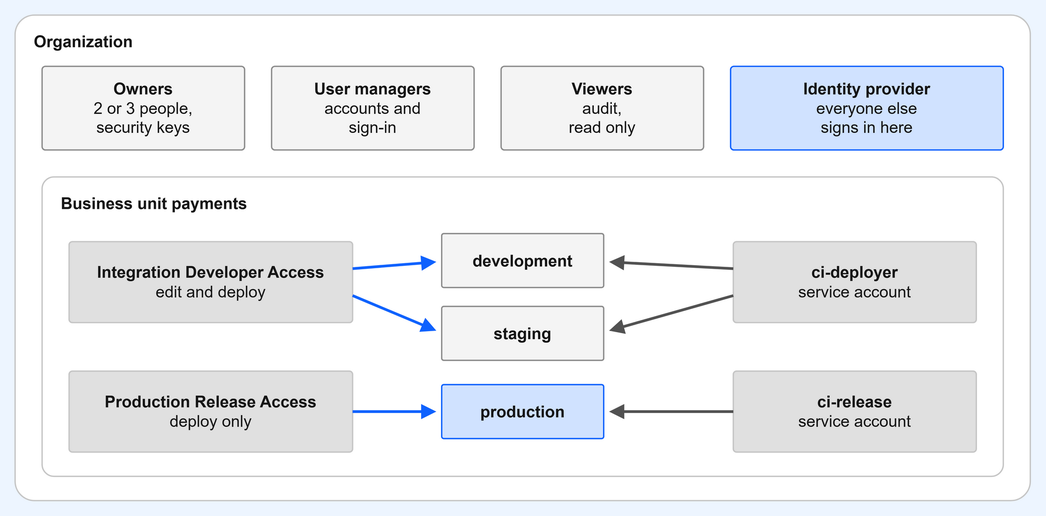
cml-x/docs keeps this draw.io diagram as static/img/access/reference-organization.drawio.png. Above is the earlier version. Source tidied: cells renumbered, new cells last; positions are measured from the earlier drawing's top-left corner, leaving out a move shared by most shapes. Source of this version:
```xml
<mxGraphModel background="#EDF5FF">
  <root>
    <mxCell id="0" />
    <mxCell id="1" parent="0" />
    <mxCell id="2" value="Organization" style="rounded=1;arcSize=4;whiteSpace=wrap;html=1;fillColor=#FFFFFF;strokeColor=#C6C6C6;fontColor=#161616;fontSize=12;verticalAlign=top;align=left;spacingLeft=12;spacingTop=6;fontStyle=1;" parent="1" vertex="1">
      <mxGeometry width="752" height="360" as="geometry" />
    </mxCell>
    <mxCell id="3" value="&lt;b&gt;Owners&lt;/b&gt;&lt;br&gt;2 or 3 people,&lt;br&gt;security keys" style="rounded=1;arcSize=4;whiteSpace=wrap;html=1;fillColor=#F4F4F4;strokeColor=#8D8D8D;fontColor=#161616;fontSize=12;" parent="1" vertex="1">
      <mxGeometry x="20" y="38" width="150" height="62" as="geometry" />
    </mxCell>
    <mxCell id="4" value="&lt;b&gt;User managers&lt;/b&gt;&lt;br&gt;accounts and&lt;br&gt;sign-in" style="rounded=1;arcSize=4;whiteSpace=wrap;html=1;fillColor=#F4F4F4;strokeColor=#8D8D8D;fontColor=#161616;fontSize=12;" parent="1" vertex="1">
      <mxGeometry x="190" y="38" width="150" height="62" as="geometry" />
    </mxCell>
    <mxCell id="5" value="&lt;b&gt;Viewers&lt;/b&gt;&lt;br&gt;audit,&lt;br&gt;read only" style="rounded=1;arcSize=4;whiteSpace=wrap;html=1;fillColor=#F4F4F4;strokeColor=#8D8D8D;fontColor=#161616;fontSize=12;" parent="1" vertex="1">
      <mxGeometry x="360" y="38" width="150" height="62" as="geometry" />
    </mxCell>
    <mxCell id="6" value="&lt;b&gt;Identity provider&lt;/b&gt;&lt;br&gt;everyone else&lt;br&gt;signs in here" style="rounded=1;arcSize=4;whiteSpace=wrap;html=1;fillColor=#D0E2FF;strokeColor=#0F62FE;fontColor=#161616;fontSize=12;" parent="1" vertex="1">
      <mxGeometry x="530" y="38" width="202" height="62" as="geometry" />
    </mxCell>
    <mxCell id="7" value="Business unit payments" style="rounded=1;arcSize=4;whiteSpace=wrap;html=1;fillColor=#FFFFFF;strokeColor=#C6C6C6;fontColor=#161616;fontSize=12;verticalAlign=top;align=left;spacingLeft=12;spacingTop=6;fontStyle=1;" parent="1" vertex="1">
      <mxGeometry x="20" y="120" width="712" height="222" as="geometry" />
    </mxCell>
    <mxCell id="8" value="&lt;b&gt;Integration Developer Access&lt;/b&gt;&lt;br&gt;edit and deploy" style="rounded=1;arcSize=4;whiteSpace=wrap;html=1;fillColor=#E0E0E0;strokeColor=#C6C6C6;fontColor=#161616;fontSize=12;" parent="1" vertex="1">
      <mxGeometry x="40" y="168" width="210" height="60" as="geometry" />
    </mxCell>
    <mxCell id="9" value="&lt;b&gt;Production Release Access&lt;/b&gt;&lt;br&gt;deploy only" style="rounded=1;arcSize=4;whiteSpace=wrap;html=1;fillColor=#E0E0E0;strokeColor=#C6C6C6;fontColor=#161616;fontSize=12;" parent="1" vertex="1">
      <mxGeometry x="40" y="264" width="210" height="60" as="geometry" />
    </mxCell>
    <mxCell id="10" value="&lt;b&gt;development&lt;/b&gt;" style="rounded=1;arcSize=4;whiteSpace=wrap;html=1;fillColor=#F4F4F4;strokeColor=#8D8D8D;fontColor=#161616;fontSize=12;" parent="1" vertex="1">
      <mxGeometry x="316" y="162" width="120" height="40" as="geometry" />
    </mxCell>
    <mxCell id="11" value="&lt;b&gt;staging&lt;/b&gt;" style="rounded=1;arcSize=4;whiteSpace=wrap;html=1;fillColor=#F4F4F4;strokeColor=#8D8D8D;fontColor=#161616;fontSize=12;" parent="1" vertex="1">
      <mxGeometry x="316" y="216" width="120" height="40" as="geometry" />
    </mxCell>
    <mxCell id="12" value="&lt;b&gt;production&lt;/b&gt;" style="rounded=1;arcSize=4;whiteSpace=wrap;html=1;fillColor=#D0E2FF;strokeColor=#0F62FE;fontColor=#161616;fontSize=12;" parent="1" vertex="1">
      <mxGeometry x="316" y="274" width="120" height="40" as="geometry" />
    </mxCell>
    <mxCell id="13" value="&lt;b&gt;ci-deployer&lt;/b&gt;&lt;br&gt;service account" style="rounded=1;arcSize=4;whiteSpace=wrap;html=1;fillColor=#E0E0E0;strokeColor=#C6C6C6;fontColor=#161616;fontSize=12;" parent="1" vertex="1">
      <mxGeometry x="532" y="168" width="180" height="60" as="geometry" />
    </mxCell>
    <mxCell id="14" value="&lt;b&gt;ci-release&lt;/b&gt;&lt;br&gt;service account" style="rounded=1;arcSize=4;whiteSpace=wrap;html=1;fillColor=#E0E0E0;strokeColor=#C6C6C6;fontColor=#161616;fontSize=12;" parent="1" vertex="1">
      <mxGeometry x="532" y="264" width="180" height="60" as="geometry" />
    </mxCell>
    <mxCell id="15" style="endArrow=block;html=1;strokeWidth=2;strokeColor=#0F62FE;fontSize=10;fontColor=#161616;verticalAlign=bottom;" parent="1" edge="1">
      <mxGeometry relative="1" as="geometry">
        <mxPoint x="250" y="188" as="sourcePoint" />
        <mxPoint x="312" y="183" as="targetPoint" />
      </mxGeometry>
    </mxCell>
    <mxCell id="16" style="endArrow=block;html=1;strokeWidth=2;strokeColor=#0F62FE;fontSize=10;fontColor=#161616;verticalAlign=bottom;" parent="1" edge="1">
      <mxGeometry relative="1" as="geometry">
        <mxPoint x="250" y="208" as="sourcePoint" />
        <mxPoint x="312" y="234" as="targetPoint" />
      </mxGeometry>
    </mxCell>
    <mxCell id="17" style="endArrow=block;html=1;strokeWidth=2;strokeColor=#0F62FE;fontSize=10;fontColor=#161616;verticalAlign=bottom;" parent="1" edge="1">
      <mxGeometry relative="1" as="geometry">
        <mxPoint x="250" y="294" as="sourcePoint" />
        <mxPoint x="312" y="294" as="targetPoint" />
      </mxGeometry>
    </mxCell>
    <mxCell id="18" style="endArrow=block;html=1;strokeWidth=2;strokeColor=#525252;fontSize=10;fontColor=#161616;verticalAlign=bottom;" parent="1" edge="1">
      <mxGeometry relative="1" as="geometry">
        <mxPoint x="532" y="188" as="sourcePoint" />
        <mxPoint x="440" y="183" as="targetPoint" />
      </mxGeometry>
    </mxCell>
    <mxCell id="19" style="endArrow=block;html=1;strokeWidth=2;strokeColor=#525252;fontSize=10;fontColor=#161616;verticalAlign=bottom;" parent="1" edge="1">
      <mxGeometry relative="1" as="geometry">
        <mxPoint x="532" y="208" as="sourcePoint" />
        <mxPoint x="440" y="234" as="targetPoint" />
      </mxGeometry>
    </mxCell>
    <mxCell id="20" style="endArrow=block;html=1;strokeWidth=2;strokeColor=#525252;fontSize=10;fontColor=#161616;verticalAlign=bottom;" parent="1" edge="1">
      <mxGeometry relative="1" as="geometry">
        <mxPoint x="532" y="294" as="sourcePoint" />
        <mxPoint x="440" y="294" as="targetPoint" />
      </mxGeometry>
    </mxCell>
  </root>
</mxGraphModel>
```
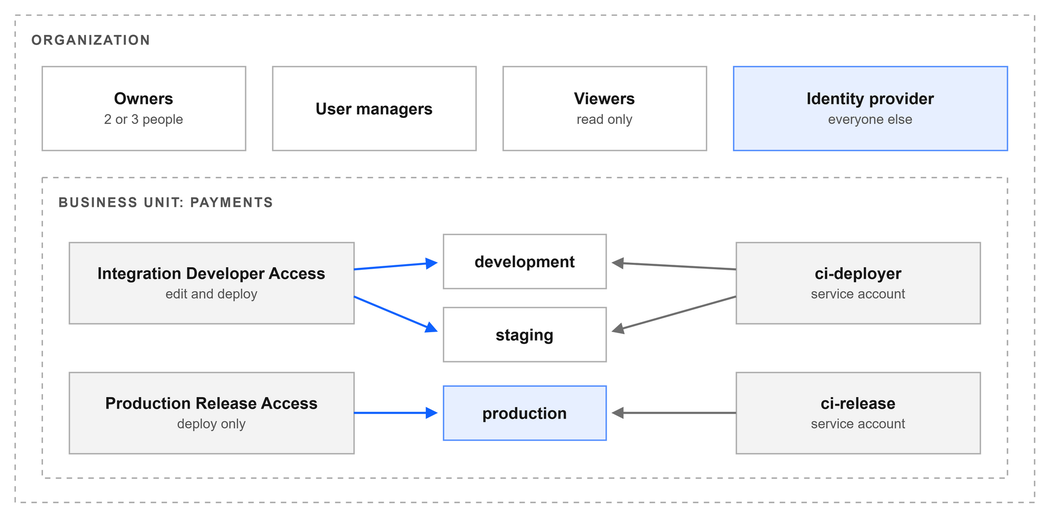
The same diagram one commit later.

The edit, as a diff of the source:
```diff
@@ -1,77 +1,77 @@
-<mxGraphModel background="#EDF5FF">
+<mxGraphModel background="#FFFFFF">
   <root>
     <mxCell id="0" />
     <mxCell id="1" parent="0" />
-    <mxCell id="2" value="Organization" style="rounded=1;arcSize=4;whiteSpace=wrap;html=1;fillColor=#FFFFFF;strokeColor=#C6C6C6;fontColor=#161616;fontSize=12;verticalAlign=top;align=left;spacingLeft=12;spacingTop=6;fontStyle=1;" parent="1" vertex="1">
+    <mxCell id="2" value="&lt;span style=&quot;font-size:10px;color:#525252;letter-spacing:1px&quot;&gt;&lt;b&gt;ORGANIZATION&lt;/b&gt;&lt;/span&gt;" style="rounded=0;whiteSpace=wrap;html=1;strokeWidth=1;fontColor=#161616;fontSize=12;fillColor=none;strokeColor=#A8A8A8;dashed=1;dashPattern=4 4;verticalAlign=top;align=left;spacingLeft=10;spacingTop=4;" parent="1" vertex="1">
       <mxGeometry width="752" height="360" as="geometry" />
     </mxCell>
-    <mxCell id="3" value="&lt;b&gt;Owners&lt;/b&gt;&lt;br&gt;2 or 3 people,&lt;br&gt;security keys" style="rounded=1;arcSize=4;whiteSpace=wrap;html=1;fillColor=#F4F4F4;strokeColor=#8D8D8D;fontColor=#161616;fontSize=12;" parent="1" vertex="1">
+    <mxCell id="3" value="&lt;b&gt;Owners&lt;/b&gt;&lt;br&gt;&lt;span style=&quot;font-size:10px;color:#525252&quot;&gt;2 or 3 people&lt;/span&gt;" style="rounded=0;whiteSpace=wrap;html=1;strokeWidth=1;fontColor=#161616;fontSize=12;fillColor=none;strokeColor=#8D8D8D;strokeOpacity=70;" parent="1" vertex="1">
       <mxGeometry x="20" y="38" width="150" height="62" as="geometry" />
     </mxCell>
-    <mxCell id="4" value="&lt;b&gt;User managers&lt;/b&gt;&lt;br&gt;accounts and&lt;br&gt;sign-in" style="rounded=1;arcSize=4;whiteSpace=wrap;html=1;fillColor=#F4F4F4;strokeColor=#8D8D8D;fontColor=#161616;fontSize=12;" parent="1" vertex="1">
+    <mxCell id="4" value="&lt;b&gt;User managers&lt;/b&gt;" style="rounded=0;whiteSpace=wrap;html=1;strokeWidth=1;fontColor=#161616;fontSize=12;fillColor=none;strokeColor=#8D8D8D;strokeOpacity=70;" parent="1" vertex="1">
       <mxGeometry x="190" y="38" width="150" height="62" as="geometry" />
     </mxCell>
-    <mxCell id="5" value="&lt;b&gt;Viewers&lt;/b&gt;&lt;br&gt;audit,&lt;br&gt;read only" style="rounded=1;arcSize=4;whiteSpace=wrap;html=1;fillColor=#F4F4F4;strokeColor=#8D8D8D;fontColor=#161616;fontSize=12;" parent="1" vertex="1">
+    <mxCell id="5" value="&lt;b&gt;Viewers&lt;/b&gt;&lt;br&gt;&lt;span style=&quot;font-size:10px;color:#525252&quot;&gt;read only&lt;/span&gt;" style="rounded=0;whiteSpace=wrap;html=1;strokeWidth=1;fontColor=#161616;fontSize=12;fillColor=none;strokeColor=#8D8D8D;strokeOpacity=70;" parent="1" vertex="1">
       <mxGeometry x="360" y="38" width="150" height="62" as="geometry" />
     </mxCell>
-    <mxCell id="6" value="&lt;b&gt;Identity provider&lt;/b&gt;&lt;br&gt;everyone else&lt;br&gt;signs in here" style="rounded=1;arcSize=4;whiteSpace=wrap;html=1;fillColor=#D0E2FF;strokeColor=#0F62FE;fontColor=#161616;fontSize=12;" parent="1" vertex="1">
+    <mxCell id="6" value="&lt;b&gt;Identity provider&lt;/b&gt;&lt;br&gt;&lt;span style=&quot;font-size:10px;color:#525252&quot;&gt;everyone else&lt;/span&gt;" style="rounded=0;whiteSpace=wrap;html=1;strokeWidth=1;fontColor=#161616;fontSize=12;fillColor=#0F62FE;fillOpacity=10;strokeColor=#0F62FE;strokeOpacity=70;" parent="1" vertex="1">
       <mxGeometry x="530" y="38" width="202" height="62" as="geometry" />
     </mxCell>
-    <mxCell id="7" value="Business unit payments" style="rounded=1;arcSize=4;whiteSpace=wrap;html=1;fillColor=#FFFFFF;strokeColor=#C6C6C6;fontColor=#161616;fontSize=12;verticalAlign=top;align=left;spacingLeft=12;spacingTop=6;fontStyle=1;" parent="1" vertex="1">
+    <mxCell id="7" value="&lt;span style=&quot;font-size:10px;color:#525252;letter-spacing:1px&quot;&gt;&lt;b&gt;BUSINESS UNIT: PAYMENTS&lt;/b&gt;&lt;/span&gt;" style="rounded=0;whiteSpace=wrap;html=1;strokeWidth=1;fontColor=#161616;fontSize=12;fillColor=none;strokeColor=#A8A8A8;dashed=1;dashPattern=4 4;verticalAlign=top;align=left;spacingLeft=10;spacingTop=4;" parent="1" vertex="1">
       <mxGeometry x="20" y="120" width="712" height="222" as="geometry" />
     </mxCell>
-    <mxCell id="8" value="&lt;b&gt;Integration Developer Access&lt;/b&gt;&lt;br&gt;edit and deploy" style="rounded=1;arcSize=4;whiteSpace=wrap;html=1;fillColor=#E0E0E0;strokeColor=#C6C6C6;fontColor=#161616;fontSize=12;" parent="1" vertex="1">
+    <mxCell id="8" value="&lt;b&gt;Integration Developer Access&lt;/b&gt;&lt;br&gt;&lt;span style=&quot;font-size:10px;color:#525252&quot;&gt;edit and deploy&lt;/span&gt;" style="rounded=0;whiteSpace=wrap;html=1;strokeWidth=1;fontColor=#161616;fontSize=12;fillColor=#161616;fillOpacity=5;strokeColor=#8D8D8D;strokeOpacity=70;" parent="1" vertex="1">
       <mxGeometry x="40" y="168" width="210" height="60" as="geometry" />
     </mxCell>
-    <mxCell id="9" value="&lt;b&gt;Production Release Access&lt;/b&gt;&lt;br&gt;deploy only" style="rounded=1;arcSize=4;whiteSpace=wrap;html=1;fillColor=#E0E0E0;strokeColor=#C6C6C6;fontColor=#161616;fontSize=12;" parent="1" vertex="1">
+    <mxCell id="9" value="&lt;b&gt;Production Release Access&lt;/b&gt;&lt;br&gt;&lt;span style=&quot;font-size:10px;color:#525252&quot;&gt;deploy only&lt;/span&gt;" style="rounded=0;whiteSpace=wrap;html=1;strokeWidth=1;fontColor=#161616;fontSize=12;fillColor=#161616;fillOpacity=5;strokeColor=#8D8D8D;strokeOpacity=70;" parent="1" vertex="1">
       <mxGeometry x="40" y="264" width="210" height="60" as="geometry" />
     </mxCell>
-    <mxCell id="10" value="&lt;b&gt;development&lt;/b&gt;" style="rounded=1;arcSize=4;whiteSpace=wrap;html=1;fillColor=#F4F4F4;strokeColor=#8D8D8D;fontColor=#161616;fontSize=12;" parent="1" vertex="1">
+    <mxCell id="10" value="&lt;b&gt;development&lt;/b&gt;" style="rounded=0;whiteSpace=wrap;html=1;strokeWidth=1;fontColor=#161616;fontSize=12;fillColor=none;strokeColor=#8D8D8D;strokeOpacity=70;" parent="1" vertex="1">
       <mxGeometry x="316" y="162" width="120" height="40" as="geometry" />
     </mxCell>
-    <mxCell id="11" value="&lt;b&gt;staging&lt;/b&gt;" style="rounded=1;arcSize=4;whiteSpace=wrap;html=1;fillColor=#F4F4F4;strokeColor=#8D8D8D;fontColor=#161616;fontSize=12;" parent="1" vertex="1">
+    <mxCell id="11" value="&lt;b&gt;staging&lt;/b&gt;" style="rounded=0;whiteSpace=wrap;html=1;strokeWidth=1;fontColor=#161616;fontSize=12;fillColor=none;strokeColor=#8D8D8D;strokeOpacity=70;" parent="1" vertex="1">
       <mxGeometry x="316" y="216" width="120" height="40" as="geometry" />
     </mxCell>
-    <mxCell id="12" value="&lt;b&gt;production&lt;/b&gt;" style="rounded=1;arcSize=4;whiteSpace=wrap;html=1;fillColor=#D0E2FF;strokeColor=#0F62FE;fontColor=#161616;fontSize=12;" parent="1" vertex="1">
+    <mxCell id="12" value="&lt;b&gt;production&lt;/b&gt;" style="rounded=0;whiteSpace=wrap;html=1;strokeWidth=1;fontColor=#161616;fontSize=12;fillColor=#0F62FE;fillOpacity=10;strokeColor=#0F62FE;strokeOpacity=70;" parent="1" vertex="1">
       <mxGeometry x="316" y="274" width="120" height="40" as="geometry" />
     </mxCell>
-    <mxCell id="13" value="&lt;b&gt;ci-deployer&lt;/b&gt;&lt;br&gt;service account" style="rounded=1;arcSize=4;whiteSpace=wrap;html=1;fillColor=#E0E0E0;strokeColor=#C6C6C6;fontColor=#161616;fontSize=12;" parent="1" vertex="1">
+    <mxCell id="13" value="&lt;b&gt;ci-deployer&lt;/b&gt;&lt;br&gt;&lt;span style=&quot;font-size:10px;color:#525252&quot;&gt;service account&lt;/span&gt;" style="rounded=0;whiteSpace=wrap;html=1;strokeWidth=1;fontColor=#161616;fontSize=12;fillColor=#161616;fillOpacity=5;strokeColor=#8D8D8D;strokeOpacity=70;" parent="1" vertex="1">
       <mxGeometry x="532" y="168" width="180" height="60" as="geometry" />
     </mxCell>
-    <mxCell id="14" value="&lt;b&gt;ci-release&lt;/b&gt;&lt;br&gt;service account" style="rounded=1;arcSize=4;whiteSpace=wrap;html=1;fillColor=#E0E0E0;strokeColor=#C6C6C6;fontColor=#161616;fontSize=12;" parent="1" vertex="1">
+    <mxCell id="14" value="&lt;b&gt;ci-release&lt;/b&gt;&lt;br&gt;&lt;span style=&quot;font-size:10px;color:#525252&quot;&gt;service account&lt;/span&gt;" style="rounded=0;whiteSpace=wrap;html=1;strokeWidth=1;fontColor=#161616;fontSize=12;fillColor=#161616;fillOpacity=5;strokeColor=#8D8D8D;strokeOpacity=70;" parent="1" vertex="1">
       <mxGeometry x="532" y="264" width="180" height="60" as="geometry" />
     </mxCell>
-    <mxCell id="15" style="endArrow=block;html=1;strokeWidth=2;strokeColor=#0F62FE;fontSize=10;fontColor=#161616;verticalAlign=bottom;" parent="1" edge="1">
+    <mxCell id="15" style="endArrow=block;html=1;strokeWidth=1.5;strokeColor=#0F62FE;fontSize=10;fontColor=#525252;verticalAlign=bottom;endSize=5;rounded=0;labelBackgroundColor=#FFFFFF;" parent="1" edge="1">
       <mxGeometry relative="1" as="geometry">
         <mxPoint x="250" y="188" as="sourcePoint" />
         <mxPoint x="312" y="183" as="targetPoint" />
       </mxGeometry>
     </mxCell>
-    <mxCell id="16" style="endArrow=block;html=1;strokeWidth=2;strokeColor=#0F62FE;fontSize=10;fontColor=#161616;verticalAlign=bottom;" parent="1" edge="1">
+    <mxCell id="16" style="endArrow=block;html=1;strokeWidth=1.5;strokeColor=#0F62FE;fontSize=10;fontColor=#525252;verticalAlign=bottom;endSize=5;rounded=0;labelBackgroundColor=#FFFFFF;" parent="1" edge="1">
       <mxGeometry relative="1" as="geometry">
         <mxPoint x="250" y="208" as="sourcePoint" />
         <mxPoint x="312" y="234" as="targetPoint" />
       </mxGeometry>
     </mxCell>
-    <mxCell id="17" style="endArrow=block;html=1;strokeWidth=2;strokeColor=#0F62FE;fontSize=10;fontColor=#161616;verticalAlign=bottom;" parent="1" edge="1">
+    <mxCell id="17" style="endArrow=block;html=1;strokeWidth=1.5;strokeColor=#0F62FE;fontSize=10;fontColor=#525252;verticalAlign=bottom;endSize=5;rounded=0;labelBackgroundColor=#FFFFFF;" parent="1" edge="1">
       <mxGeometry relative="1" as="geometry">
         <mxPoint x="250" y="294" as="sourcePoint" />
         <mxPoint x="312" y="294" as="targetPoint" />
       </mxGeometry>
     </mxCell>
-    <mxCell id="18" style="endArrow=block;html=1;strokeWidth=2;strokeColor=#525252;fontSize=10;fontColor=#161616;verticalAlign=bottom;" parent="1" edge="1">
+    <mxCell id="18" style="endArrow=block;html=1;strokeWidth=1.5;strokeColor=#6F6F6F;fontSize=10;fontColor=#525252;verticalAlign=bottom;endSize=5;rounded=0;labelBackgroundColor=#FFFFFF;" parent="1" edge="1">
       <mxGeometry relative="1" as="geometry">
         <mxPoint x="532" y="188" as="sourcePoint" />
         <mxPoint x="440" y="183" as="targetPoint" />
       </mxGeometry>
     </mxCell>
-    <mxCell id="19" style="endArrow=block;html=1;strokeWidth=2;strokeColor=#525252;fontSize=10;fontColor=#161616;verticalAlign=bottom;" parent="1" edge="1">
+    <mxCell id="19" style="endArrow=block;html=1;strokeWidth=1.5;strokeColor=#6F6F6F;fontSize=10;fontColor=#525252;verticalAlign=bottom;endSize=5;rounded=0;labelBackgroundColor=#FFFFFF;" parent="1" edge="1">
       <mxGeometry relative="1" as="geometry">
         <mxPoint x="532" y="208" as="sourcePoint" />
         <mxPoint x="440" y="234" as="targetPoint" />
       </mxGeometry>
     </mxCell>
-    <mxCell id="20" style="endArrow=block;html=1;strokeWidth=2;strokeColor=#525252;fontSize=10;fontColor=#161616;verticalAlign=bottom;" parent="1" edge="1">
+    <mxCell id="20" style="endArrow=block;html=1;strokeWidth=1.5;strokeColor=#6F6F6F;fontSize=10;fontColor=#525252;verticalAlign=bottom;endSize=5;rounded=0;labelBackgroundColor=#FFFFFF;" parent="1" edge="1">
       <mxGeometry relative="1" as="geometry">
         <mxPoint x="532" y="294" as="sourcePoint" />
         <mxPoint x="440" y="294" as="targetPoint" />
```
